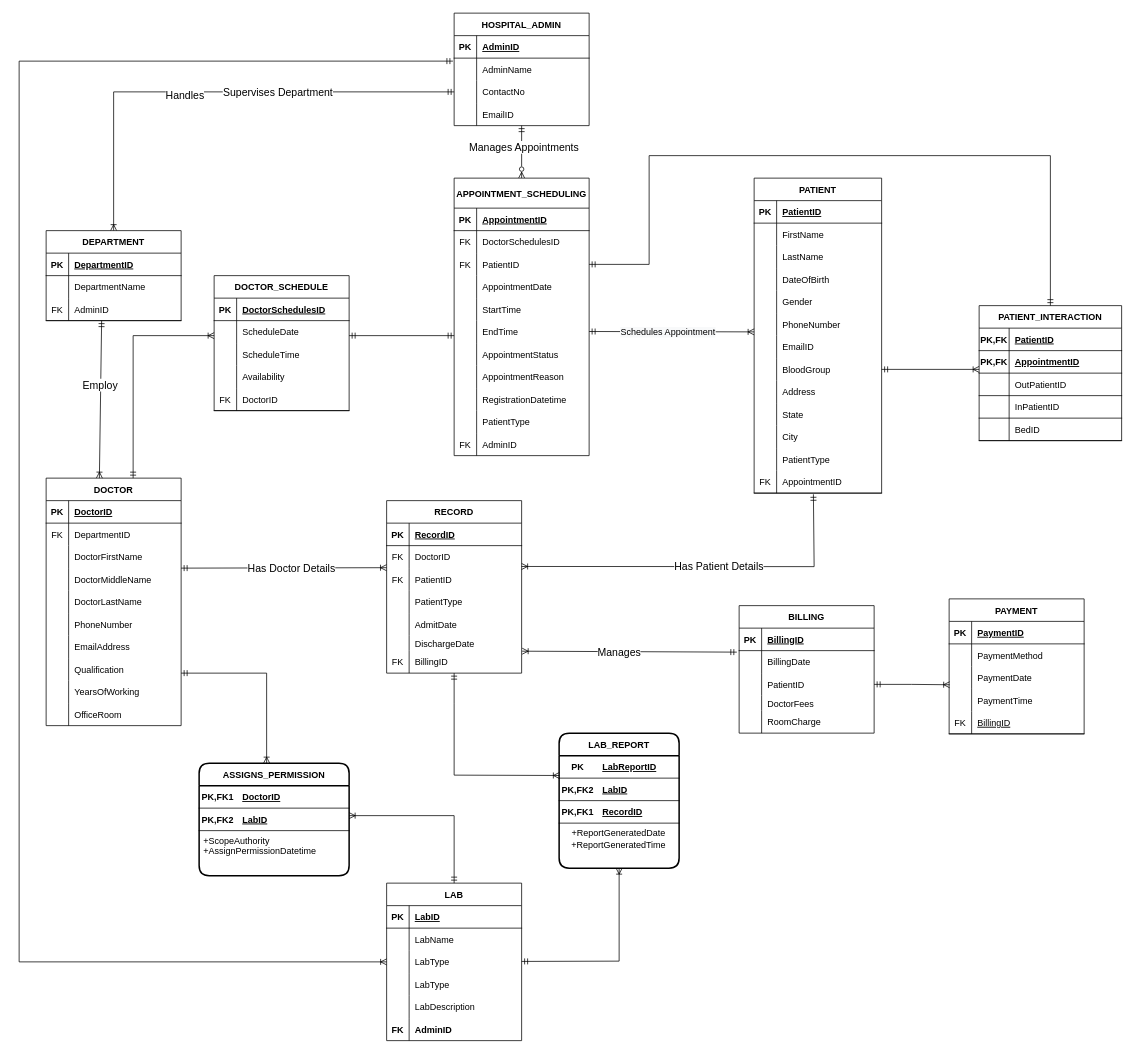
KashyapKompella/DAMG6210_HospitalManagementDatabase keeps this draw.io diagram as Untitled Diagram.drawio. Above is the earlier version. Source tidied: cells renumbered, new cells numbered last; positions are measured from the earlier drawing's top-left corner, leaving out a move shared by most shapes. Both pictures are drawn from the tidied source at 75%, with x=0, y=0 at pixel (19, 13).
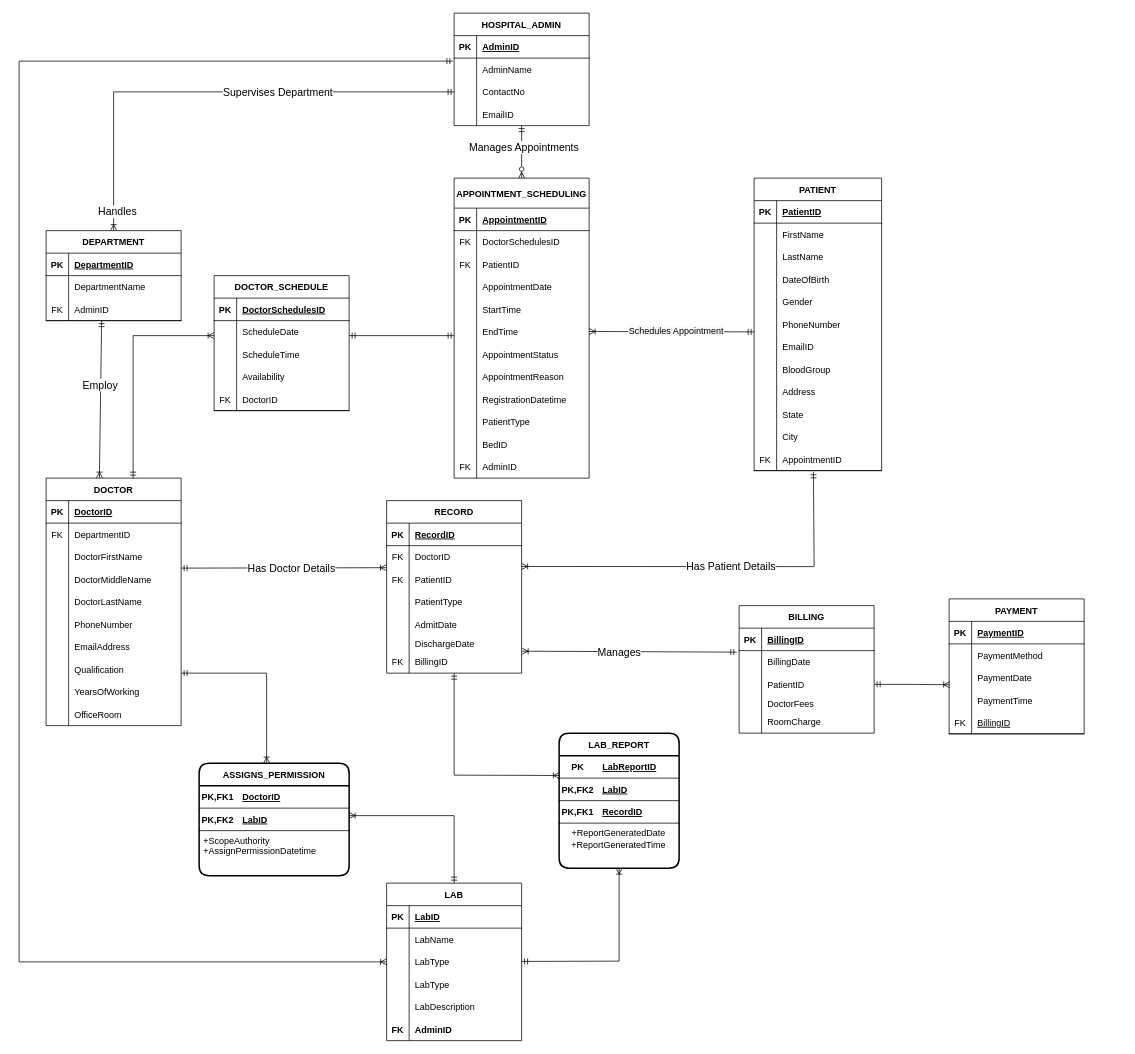
Above is the later version.

Unchanged cells that the change refers to:
```xml
<mxCell id="8" style="edgeStyle=orthogonalEdgeStyle;rounded=0;jettySize=auto;html=1;startArrow=ERmandOne;startFill=0;endArrow=ERoneToMany;endFill=0;exitX=-0.009;exitY=0.133;exitDx=0;exitDy=0;entryX=0;entryY=0.5;entryDx=0;entryDy=0;exitPerimeter=0;" parent="1" edge="1" source="18" target="34">
  <mxGeometry relative="1" as="geometry">
    <Array as="points">
      <mxPoint y="64" />
      <mxPoint y="1265" />
    </Array>
  </mxGeometry>
</mxCell>
<mxCell id="96" style="shape=tableRow;horizontal=0;startSize=0;swimlaneHead=0;swimlaneBody=0;fillColor=none;points=[[0,0.5],[1,0.5]];portConstraint=eastwest;top=0;left=0;right=0;bottom=0;fontSize=12;" parent="89" vertex="1">
  <mxGeometry y="100" width="180" height="30" as="geometry" />
</mxCell>
<mxCell id="145" style="shape=tableRow;horizontal=0;startSize=0;swimlaneHead=0;swimlaneBody=0;fillColor=none;points=[[0,0.5],[1,0.5]];portConstraint=eastwest;top=0;left=0;right=0;bottom=0;fontSize=12;" parent="123" vertex="1">
  <mxGeometry y="240" width="170" height="30" as="geometry" />
</mxCell>
```

Diff of the diagram source:
```diff
@@
     <mxCell id="9" value="Handles" style="edgeLabel;html=1;align=center;verticalAlign=middle;fontSize=14;" parent="8" vertex="1">
       <mxGeometry x="-0.45" relative="1" as="geometry">
-        <mxPoint x="220" as="offset" />
+        <mxPoint x="130" y="155" as="offset" />
       </mxGeometry>
     </mxCell>
@@
     <mxCell id="89" value="APPOINTMENT_SCHEDULING" style="shape=table;startSize=40;childLayout=tableLayout;rowLines=0;fontStyle=1;align=center;fontSize=12;" parent="1" vertex="1">
-      <mxGeometry x="580" y="220" width="180" height="370" as="geometry" />
+      <mxGeometry x="580" y="220" width="180" height="400" as="geometry" />
     </mxCell>
@@
+    <mxCell id="282" style="shape=tableRow;horizontal=0;startSize=0;swimlaneHead=0;swimlaneBody=0;fillColor=none;top=0;left=0;right=0;bottom=0;fontSize=12;" parent="89" vertex="1">
+      <mxGeometry y="340" width="180" height="30" as="geometry" />
+    </mxCell>
+    <mxCell id="158" style="shape=partialRectangle;fillColor=none;top=0;left=0;bottom=0;right=0;overflow=hidden;fontSize=12;" parent="282" vertex="1">
+      <mxGeometry width="30" height="30" as="geometry" />
+    </mxCell>
+    <mxCell id="246" value="BedID" style="shape=partialRectangle;fillColor=none;top=0;left=0;bottom=0;right=0;align=left;spacingLeft=6;overflow=hidden;fontSize=12;fontStyle=0;" parent="282" vertex="1">
+      <mxGeometry x="30" width="150" height="30" as="geometry" />
+    </mxCell>
     <mxCell id="120" style="shape=tableRow;horizontal=0;startSize=0;swimlaneHead=0;swimlaneBody=0;fillColor=none;top=0;left=0;right=0;bottom=0;fontSize=12;" parent="89" vertex="1">
-      <mxGeometry y="340" width="180" height="30" as="geometry" />
+      <mxGeometry y="370" width="180" height="30" as="geometry" />
     </mxCell>
@@
     <mxCell id="123" value="PATIENT" style="shape=table;startSize=30;childLayout=tableLayout;rowLines=0;fontStyle=1;align=center;fontSize=12;" parent="1" vertex="1">
-      <mxGeometry x="980" y="220" width="170" height="420" as="geometry" />
+      <mxGeometry x="980" y="220" width="170" height="390" as="geometry" />
     </mxCell>
@@
-    <mxCell id="157" style="shape=tableRow;horizontal=0;startSize=0;swimlaneHead=0;swimlaneBody=0;fillColor=none;top=0;left=0;right=0;bottom=0;fontSize=12;" parent="123" vertex="1">
-      <mxGeometry y="360" width="170" height="30" as="geometry" />
-    </mxCell>
-    <mxCell id="158" style="shape=partialRectangle;fillColor=none;top=0;left=0;bottom=0;right=0;overflow=hidden;fontSize=12;" parent="157" vertex="1">
-      <mxGeometry width="30" height="30" as="geometry" />
-    </mxCell>
-    <mxCell id="159" value="PatientType" style="shape=partialRectangle;fillColor=none;top=0;left=0;bottom=0;right=0;align=left;spacingLeft=6;overflow=hidden;fontSize=12;" parent="157" vertex="1">
-      <mxGeometry x="30" width="140" height="30" as="geometry" />
-    </mxCell>
     <mxCell id="160" style="shape=tableRow;horizontal=0;startSize=0;swimlaneHead=0;swimlaneBody=0;fillColor=none;points=[[0,0.5],[1,0.5]];portConstraint=eastwest;top=0;left=0;right=0;bottom=1;fontSize=12;" parent="123" vertex="1">
-      <mxGeometry y="390" width="170" height="30" as="geometry" />
+      <mxGeometry y="360" width="170" height="30" as="geometry" />
     </mxCell>
@@
     <mxCell id="207" style="fontSize=12;html=1;endArrow=ERoneToMany;startArrow=ERmandOne;rounded=0;" parent="1" edge="1">
       <mxGeometry relative="1" as="geometry">
-        <mxPoint x="760" y="424.5" as="sourcePoint" />
-        <mxPoint x="980" y="425" as="targetPoint" />
+        <mxPoint x="980" y="425" as="sourcePoint" />
+        <mxPoint x="760" y="424.5" as="targetPoint" />
       </mxGeometry>
     </mxCell>
@@
-    <mxCell id="231" value="PATIENT_INTERACTION" style="shape=table;startSize=30;childLayout=tableLayout;rowLines=0;fontStyle=1;align=center;fontSize=12;" parent="1" vertex="1">
-      <mxGeometry x="1280" y="390" width="190" height="180" as="geometry" />
-    </mxCell>
-    <mxCell id="232" style="shape=tableRow;horizontal=0;startSize=0;swimlaneHead=0;swimlaneBody=0;fillColor=none;top=0;left=0;right=0;bottom=1;fontSize=12;" parent="231" vertex="1">
-      <mxGeometry y="30" width="190" height="30" as="geometry" />
-    </mxCell>
-    <mxCell id="233" value="PK,FK" style="shape=partialRectangle;fillColor=none;top=0;left=0;bottom=0;right=0;fontStyle=1;overflow=hidden;fontSize=12;" parent="232" vertex="1">
-      <mxGeometry width="40" height="30" as="geometry" />
-    </mxCell>
-    <mxCell id="234" value="PatientID" style="shape=partialRectangle;fillColor=none;top=0;left=0;bottom=0;right=0;align=left;spacingLeft=6;fontStyle=5;overflow=hidden;fontSize=12;" parent="232" vertex="1">
-      <mxGeometry x="40" width="150" height="30" as="geometry" />
-    </mxCell>
-    <mxCell id="235" style="shape=tableRow;horizontal=0;startSize=0;swimlaneHead=0;swimlaneBody=0;fillColor=none;top=0;left=0;right=0;bottom=1;fontSize=12;" parent="231" vertex="1">
-      <mxGeometry y="60" width="190" height="30" as="geometry" />
-    </mxCell>
-    <mxCell id="236" value="PK,FK" style="shape=partialRectangle;fillColor=none;top=0;left=0;bottom=0;right=0;fontStyle=1;overflow=hidden;fontSize=12;" parent="235" vertex="1">
-      <mxGeometry width="40" height="30" as="geometry" />
-    </mxCell>
-    <mxCell id="237" value="AppointmentID" style="shape=partialRectangle;fillColor=none;top=0;left=0;bottom=0;right=0;align=left;spacingLeft=6;fontStyle=5;overflow=hidden;fontSize=12;" parent="235" vertex="1">
-      <mxGeometry x="40" width="150" height="30" as="geometry" />
-    </mxCell>
-    <mxCell id="238" style="shape=tableRow;horizontal=0;startSize=0;swimlaneHead=0;swimlaneBody=0;fillColor=none;top=0;left=0;right=0;bottom=1;fontSize=12;" parent="231" vertex="1">
-      <mxGeometry y="90" width="190" height="30" as="geometry" />
-    </mxCell>
-    <mxCell id="239" style="shape=partialRectangle;fillColor=none;top=0;left=0;bottom=0;right=0;fontStyle=1;overflow=hidden;fontSize=12;" parent="238" vertex="1">
-      <mxGeometry width="40" height="30" as="geometry" />
-    </mxCell>
-    <mxCell id="240" value="OutPatientID" style="shape=partialRectangle;fillColor=none;top=0;left=0;bottom=0;right=0;align=left;spacingLeft=6;fontStyle=0;overflow=hidden;fontSize=12;" parent="238" vertex="1">
-      <mxGeometry x="40" width="150" height="30" as="geometry" />
-    </mxCell>
-    <mxCell id="241" style="shape=tableRow;horizontal=0;startSize=0;swimlaneHead=0;swimlaneBody=0;fillColor=none;top=0;left=0;right=0;bottom=1;fontSize=12;" parent="231" vertex="1">
-      <mxGeometry y="120" width="190" height="30" as="geometry" />
-    </mxCell>
-    <mxCell id="242" style="shape=partialRectangle;fillColor=none;top=0;left=0;bottom=0;right=0;fontStyle=1;overflow=hidden;fontSize=12;" parent="241" vertex="1">
-      <mxGeometry width="40" height="30" as="geometry" />
-    </mxCell>
-    <mxCell id="243" value="InPatientID" style="shape=partialRectangle;fillColor=none;top=0;left=0;bottom=0;right=0;align=left;spacingLeft=6;fontStyle=0;overflow=hidden;fontSize=12;" parent="241" vertex="1">
-      <mxGeometry x="40" width="150" height="30" as="geometry" />
-    </mxCell>
-    <mxCell id="244" style="shape=tableRow;horizontal=0;startSize=0;swimlaneHead=0;swimlaneBody=0;fillColor=none;top=0;left=0;right=0;bottom=1;fontSize=12;" parent="231" vertex="1">
-      <mxGeometry y="150" width="190" height="30" as="geometry" />
-    </mxCell>
-    <mxCell id="245" style="shape=partialRectangle;fillColor=none;top=0;left=0;bottom=0;right=0;fontStyle=1;overflow=hidden;fontSize=12;" parent="244" vertex="1">
-      <mxGeometry width="40" height="30" as="geometry" />
-    </mxCell>
-    <mxCell id="246" value="BedID" style="shape=partialRectangle;fillColor=none;top=0;left=0;bottom=0;right=0;align=left;spacingLeft=6;fontStyle=0;overflow=hidden;fontSize=12;" parent="244" vertex="1">
-      <mxGeometry x="40" width="150" height="30" as="geometry" />
-    </mxCell>
-    <mxCell id="247" style="edgeStyle=orthogonalEdgeStyle;rounded=0;jettySize=auto;html=1;exitX=1;exitY=0.5;exitDx=0;exitDy=0;startArrow=ERmandOne;startFill=0;endArrow=ERoneToMany;endFill=0;" parent="1" edge="1" source="145">
-      <mxGeometry relative="1" as="geometry">
-        <mxPoint x="1280" y="475" as="targetPoint" />
-        <Array as="points">
-          <mxPoint x="1280" y="475" />
-        </Array>
-      </mxGeometry>
-    </mxCell>
-    <mxCell id="248" style="edgeStyle=orthogonalEdgeStyle;rounded=0;jettySize=auto;html=1;exitX=1;exitY=0.5;exitDx=0;exitDy=0;endArrow=ERmandOne;endFill=0;startArrow=ERmandOne;startFill=0;" parent="1" edge="1" source="96" target="231">
-      <mxGeometry relative="1" as="geometry">
-        <Array as="points">
-          <mxPoint x="840" y="335" />
-          <mxPoint x="840" y="190" />
-          <mxPoint x="1375" y="190" />
-        </Array>
-      </mxGeometry>
-    </mxCell>
```
